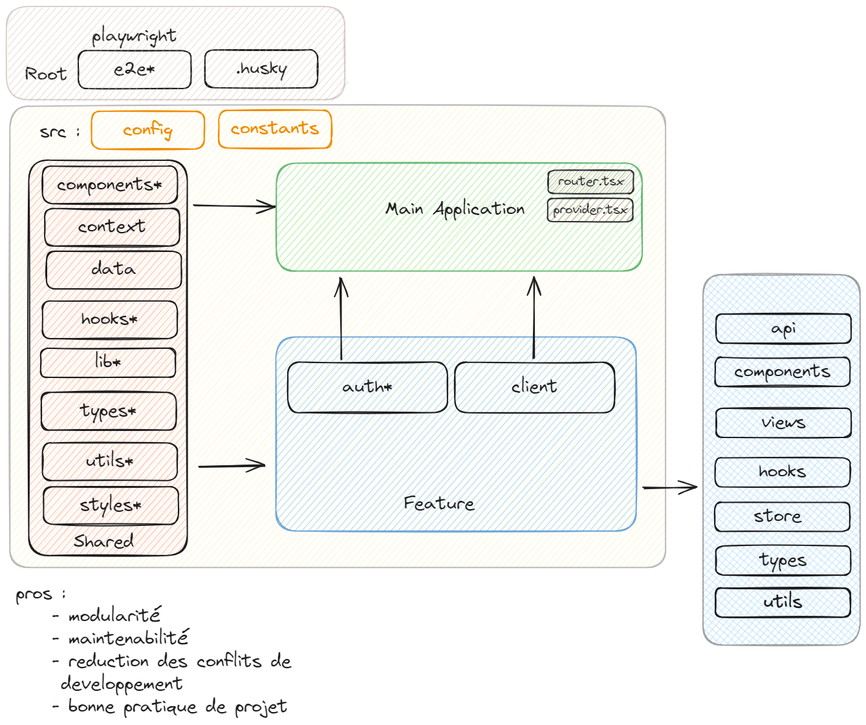
Above: project-sturcture.excalidraw.png in Danmo-Ar/nextjs-architecture (Excalidraw), before the change. Source tidied: one line per element, renumbered; positions are measured from the earlier drawing's top-left corner, leaving out a move shared by most shapes.
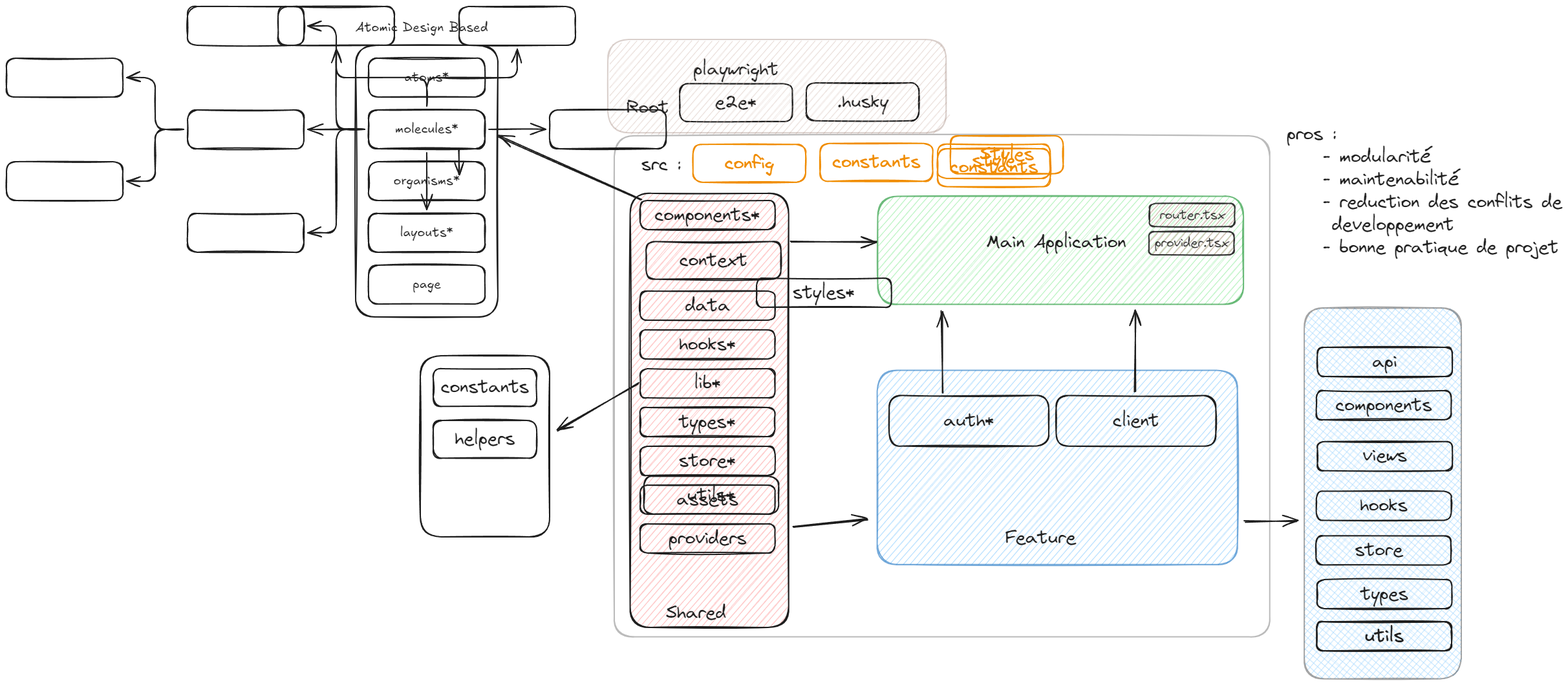
After the change.

What changed in the source:
```diff
@@ -1,12 +1,12 @@
-{"id": 0, "type": "rectangle", "strokeColor": "#1e1e1e", "backgroundColor": "#ffec99", "fillStyle": "hachure", "strokeWidth": 2, "roughness": 1, "opacity": 30, "round": true, "x": 5, "y": 154, "width": 1014, "height": 714}
+{"id": 0, "type": "rectangle", "strokeColor": "#1e1e1e", "backgroundColor": "#ffffff", "fillStyle": "hachure", "strokeWidth": 2, "roughness": 1, "opacity": 30, "round": true, "x": 10, "y": 149, "width": 1014, "height": 775}
-{"id": 1, "type": "rectangle", "strokeColor": "#1e1e1e", "backgroundColor": "#ffc9c9", "fillStyle": "hachure", "strokeWidth": 2, "roughness": 1, "round": true, "x": 34, "y": 238, "width": 245, "height": 612}
+{"id": 1, "type": "rectangle", "strokeColor": "#1e1e1e", "backgroundColor": "#ffc9c9", "fillStyle": "hachure", "strokeWidth": 2, "roughness": 1, "round": true, "x": 34, "y": 238, "width": 245, "height": 671}
 {"id": 2, "type": "rectangle", "strokeColor": "#2f9e44", "backgroundColor": "#b2f2bb", "fillStyle": "hachure", "strokeWidth": 2, "roughness": 1, "opacity": 70, "round": true, "x": 417, "y": 242, "width": 566, "height": 167}
 {"id": 3, "type": "rectangle", "strokeColor": "#1971c2", "backgroundColor": "#a5d8ff", "fillStyle": "hachure", "strokeWidth": 2, "roughness": 1, "opacity": 60, "round": true, "x": 417, "y": 512, "width": 557, "height": 300}
-{"id": 4, "type": "text", "text": "Shared", "strokeColor": "#1e1e1e", "strokeWidth": 2, "roughness": 1, "fontSize": 28, "fontFamily": 1, "x": 104, "y": 812, "width": 93, "height": 35}
+{"id": 4, "type": "text", "text": "Shared", "strokeColor": "#1e1e1e", "strokeWidth": 2, "roughness": 1, "fontSize": 28, "fontFamily": 1, "x": 90, "y": 869, "width": 93, "height": 35}
 {"id": 5, "type": "text", "text": "Feature", "strokeColor": "#1e1e1e", "strokeWidth": 2, "roughness": 1, "fontSize": 28, "fontFamily": 1, "x": 614, "y": 753, "width": 109, "height": 35}
 {"id": 6, "type": "text", "text": "Main Application", "strokeColor": "#1e1e1e", "strokeWidth": 2, "roughness": 1, "fontSize": 28, "fontFamily": 1, "x": 585, "y": 297, "width": 216, "height": 35}
-{"id": 7, "type": "arrow", "strokeColor": "#1e1e1e", "strokeWidth": 2, "roughness": 1, "endArrowhead": "arrow", "round": true, "from": 1, "to": 2, "x": 290, "y": 308, "width": 124, "height": 0, "points": [[0, 0], [124, 0]]}
+{"id": 7, "type": "arrow", "strokeColor": "#1e1e1e", "strokeWidth": 2, "roughness": 1, "endArrowhead": "arrow", "round": true, "from": 1, "to": 2, "x": 284, "y": 313, "width": 131, "height": 1, "points": [[0, 0], [131, -1]]}
-{"id": 8, "type": "arrow", "strokeColor": "#1e1e1e", "strokeWidth": 2, "roughness": 1, "endArrowhead": "arrow", "round": true, "from": 1, "to": 3, "x": 297, "y": 713, "width": 102, "height": 2, "points": [[0, 0], [102, -2]]}
+{"id": 8, "type": "arrow", "strokeColor": "#1e1e1e", "strokeWidth": 2, "roughness": 1, "endArrowhead": "arrow", "round": true, "from": 1, "to": 3, "x": 286, "y": 754, "width": 115, "height": 12, "points": [[0, 0], [115, -12]]}
 {"id": 9, "type": "rectangle", "strokeColor": "#1e1e1e", "strokeWidth": 2, "roughness": 1, "round": true, "x": 693, "y": 550, "width": 247, "height": 78}
 {"id": 10, "type": "text", "text": "client", "strokeColor": "#1e1e1e", "strokeWidth": 2, "roughness": 1, "fontSize": 28, "fontFamily": 1, "textAlign": "center", "verticalAlign": "middle", "inside": 9, "x": 781, "y": 572, "width": 72, "height": 35}
 {"id": 11, "type": "rectangle", "strokeColor": "#1e1e1e", "strokeWidth": 2, "roughness": 1, "round": true, "x": 435, "y": 550, "width": 247, "height": 78}
@@ -15,23 +15,21 @@
 {"id": 14, "type": "arrow", "strokeColor": "#1e1e1e", "strokeWidth": 2, "roughness": 1, "endArrowhead": "arrow", "round": true, "from": 9, "to": 2, "x": 815, "y": 544, "width": 2, "height": 124, "points": [[0, 0], [2, -124]]}
 {"id": 15, "type": "rectangle", "strokeColor": "#1e1e1e", "strokeWidth": 2, "roughness": 1, "round": true, "x": 59, "y": 312, "width": 209, "height": 58}
 {"id": 16, "type": "text", "text": "context", "strokeColor": "#1e1e1e", "strokeWidth": 2, "roughness": 1, "fontSize": 28, "fontFamily": 1, "textAlign": "center", "verticalAlign": "middle", "inside": 15, "x": 111, "y": 324, "width": 105, "height": 35}
-{"id": 17, "type": "rectangle", "strokeColor": "#1e1e1e", "strokeWidth": 2, "roughness": 1, "round": true, "x": 62, "y": 379, "width": 209, "height": 58}
+{"id": 17, "type": "rectangle", "strokeColor": "#1e1e1e", "strokeWidth": 2, "roughness": 1, "round": true, "x": 50, "y": 389, "width": 209, "height": 45}
-{"id": 18, "type": "text", "text": "data", "strokeColor": "#1e1e1e", "strokeWidth": 2, "roughness": 1, "fontSize": 28, "fontFamily": 1, "textAlign": "center", "verticalAlign": "middle", "inside": 17, "x": 132, "y": 390, "width": 69, "height": 35}
+{"id": 18, "type": "text", "text": "data", "strokeColor": "#1e1e1e", "strokeWidth": 2, "roughness": 1, "fontSize": 28, "fontFamily": 1, "textAlign": "center", "verticalAlign": "middle", "inside": 17, "x": 120, "y": 394, "width": 69, "height": 35}
-{"id": 19, "type": "rectangle", "strokeColor": "#1e1e1e", "strokeWidth": 2, "roughness": 1, "round": true, "x": 56, "y": 456, "width": 209, "height": 58}
+{"id": 19, "type": "rectangle", "strokeColor": "#1e1e1e", "strokeWidth": 2, "roughness": 1, "round": true, "x": 50, "y": 449, "width": 209, "height": 45}
-{"id": 20, "type": "text", "text": "hooks*", "strokeColor": "#1e1e1e", "strokeWidth": 2, "roughness": 1, "fontSize": 28, "fontFamily": 1, "textAlign": "center", "verticalAlign": "middle", "inside": 19, "x": 116, "y": 467, "width": 88, "height": 35}
+{"id": 20, "type": "text", "text": "hooks*", "strokeColor": "#1e1e1e", "strokeWidth": 2, "roughness": 1, "fontSize": 28, "fontFamily": 1, "textAlign": "center", "verticalAlign": "middle", "inside": 19, "x": 110, "y": 454, "width": 88, "height": 35}
-{"id": 21, "type": "rectangle", "strokeColor": "#1e1e1e", "strokeWidth": 2, "roughness": 1, "round": true, "x": 53, "y": 529, "width": 209, "height": 45}
+{"id": 21, "type": "rectangle", "strokeColor": "#1e1e1e", "strokeWidth": 2, "roughness": 1, "round": true, "x": 50, "y": 509, "width": 209, "height": 45}
-{"id": 22, "type": "text", "text": "lib*", "strokeColor": "#1e1e1e", "strokeWidth": 2, "roughness": 1, "fontSize": 28, "fontFamily": 1, "textAlign": "center", "verticalAlign": "middle", "inside": 21, "x": 136, "y": 534, "width": 42, "height": 35}
+{"id": 22, "type": "text", "text": "lib*", "strokeColor": "#1e1e1e", "strokeWidth": 2, "roughness": 1, "fontSize": 28, "fontFamily": 1, "textAlign": "center", "verticalAlign": "middle", "inside": 21, "x": 133, "y": 514, "width": 42, "height": 35}
-{"id": 23, "type": "rectangle", "strokeColor": "#1e1e1e", "strokeWidth": 2, "roughness": 1, "round": true, "x": 54, "y": 597, "width": 209, "height": 58}
-{"id": 24, "type": "text", "text": "types*", "strokeColor": "#1e1e1e", "strokeWidth": 2, "roughness": 1, "fontSize": 28, "fontFamily": 1, "textAlign": "center", "verticalAlign": "middle", "inside": 23, "x": 114, "y": 609, "width": 88, "height": 35}
-{"id": 25, "type": "rectangle", "strokeColor": "#1e1e1e", "strokeWidth": 2, "roughness": 1, "round": true, "x": 56, "y": 675, "width": 209, "height": 58}
-{"id": 26, "type": "text", "text": "utils*", "strokeColor": "#1e1e1e", "strokeWidth": 2, "roughness": 1, "fontSize": 28, "fontFamily": 1, "textAlign": "center", "verticalAlign": "middle", "inside": 25, "x": 122, "y": 687, "width": 75, "height": 35}
+{"id": 66, "type": "rectangle", "strokeColor": "#1e1e1e", "strokeWidth": 2, "roughness": 1, "round": true, "x": 50, "y": 569, "width": 209, "height": 45}
+{"id": 67, "type": "text", "text": "types*", "strokeColor": "#1e1e1e", "strokeWidth": 2, "roughness": 1, "fontSize": 28, "fontFamily": 1, "textAlign": "center", "verticalAlign": "middle", "inside": 66, "x": 110, "y": 574, "width": 88, "height": 35}
-{"id": 27, "type": "rectangle", "strokeColor": "#1e1e1e", "strokeWidth": 2, "roughness": 1, "round": true, "x": 56, "y": 247, "width": 209, "height": 58}
+{"id": 27, "type": "rectangle", "strokeColor": "#1e1e1e", "strokeWidth": 2, "roughness": 1, "round": true, "x": 50, "y": 249, "width": 209, "height": 45}
-{"id": 28, "type": "text", "text": "components*", "strokeColor": "#1e1e1e", "strokeWidth": 2, "roughness": 1, "fontSize": 28, "fontFamily": 1, "textAlign": "center", "verticalAlign": "middle", "inside": 27, "x": 78, "y": 259, "width": 164, "height": 35}
+{"id": 28, "type": "text", "text": "components*", "strokeColor": "#1e1e1e", "strokeWidth": 2, "roughness": 1, "fontSize": 28, "fontFamily": 1, "textAlign": "center", "verticalAlign": "middle", "inside": 27, "x": 72, "y": 254, "width": 164, "height": 35}
 {"id": 29, "type": "arrow", "strokeColor": "#1e1e1e", "strokeWidth": 2, "roughness": 1, "endArrowhead": "arrow", "round": true, "from": 3, "to": 30, "x": 984, "y": 745, "width": 82, "height": 0, "points": [[0, 0], [82, 0]]}
 {"id": 30, "type": "rectangle", "strokeColor": "#1e1e1e", "backgroundColor": "#a5d8ff", "fillStyle": "cross-hatch", "strokeWidth": 2, "roughness": 1, "opacity": 40, "round": true, "x": 1077, "y": 415, "width": 243, "height": 573}
 {"id": 31, "type": "rectangle", "strokeColor": "#1e1e1e", "strokeWidth": 2, "roughness": 1, "round": true, "x": 1097, "y": 476, "width": 209, "height": 45}
 {"id": 32, "type": "text", "text": "api", "strokeColor": "#1e1e1e", "strokeWidth": 2, "roughness": 1, "fontSize": 28, "fontFamily": 1, "textAlign": "center", "verticalAlign": "middle", "inside": 31, "x": 1182, "y": 481, "width": 39, "height": 35}
-{"id": 33, "type": "text", "text": "pros : \n    - modularité\n    - maintenabilité\n    - reduction des conflits de\n     developpement\n    - bonne pratique de projet", "strokeColor": "#1e1e1e", "strokeWidth": 2, "roughness": 1, "fontSize": 28, "fontFamily": 1, "x": 15, "y": 892, "width": 426, "height": 210}
+{"id": 33, "type": "text", "text": "pros : \n    - modularité\n    - maintenabilité\n    - reduction des conflits de\n     developpement\n    - bonne pratique de projet", "strokeColor": "#1e1e1e", "strokeWidth": 2, "roughness": 1, "fontSize": 28, "fontFamily": 1, "x": 1050, "y": 129, "width": 426, "height": 210}
 {"id": 34, "type": "rectangle", "strokeColor": "#1e1e1e", "strokeWidth": 2, "roughness": 1, "round": true, "x": 1096, "y": 543, "width": 209, "height": 45}
 {"id": 35, "type": "text", "text": "components", "strokeColor": "#1e1e1e", "strokeWidth": 2, "roughness": 1, "fontSize": 28, "fontFamily": 1, "textAlign": "center", "verticalAlign": "middle", "inside": 34, "x": 1125, "y": 548, "width": 149, "height": 35}
 {"id": 36, "type": "rectangle", "strokeColor": "#1e1e1e", "strokeWidth": 2, "roughness": 1, "round": true, "x": 1097, "y": 622, "width": 209, "height": 45}
@@ -50,11 +48,9 @@
 {"id": 49, "type": "text", "text": "src : ", "strokeColor": "#1e1e1e", "strokeWidth": 2, "roughness": 1, "fontSize": 28, "fontFamily": 1, "x": 52, "y": 177, "width": 76, "height": 35}
 {"id": 50, "type": "rectangle", "strokeColor": "#f08c00", "strokeWidth": 2, "roughness": 1, "round": true, "x": 132, "y": 162, "width": 174, "height": 59}
 {"id": 51, "type": "text", "text": "config", "strokeColor": "#f08c00", "strokeWidth": 2, "roughness": 1, "fontSize": 28, "fontFamily": 1, "textAlign": "center", "verticalAlign": "middle", "inside": 50, "x": 181, "y": 174, "width": 76, "height": 35}
-{"id": 52, "type": "rectangle", "strokeColor": "#f08c00", "strokeWidth": 2, "roughness": 1, "round": true, "x": 328, "y": 161, "width": 174, "height": 59}
-{"id": 53, "type": "text", "text": "constants", "strokeColor": "#f08c00", "strokeWidth": 2, "roughness": 1, "fontSize": 28, "fontFamily": 1, "textAlign": "center", "verticalAlign": "middle", "inside": 52, "x": 347, "y": 172, "width": 136, "height": 35}
+{"id": 68, "type": "rectangle", "strokeColor": "#f08c00", "strokeWidth": 2, "roughness": 1, "round": true, "x": 328, "y": 161, "width": 174, "height": 59}
+{"id": 69, "type": "text", "text": "constants", "strokeColor": "#f08c00", "strokeWidth": 2, "roughness": 1, "fontSize": 28, "fontFamily": 1, "textAlign": "center", "verticalAlign": "middle", "inside": 68, "x": 347, "y": 172, "width": 136, "height": 35}
 {"id": 54, "type": "text", "text": "playwright", "strokeColor": "#1e1e1e", "strokeWidth": 2, "roughness": 1, "fontSize": 28, "fontFamily": 1, "x": 132, "y": 29, "width": 132, "height": 35}
-{"id": 55, "type": "rectangle", "strokeColor": "#1e1e1e", "strokeWidth": 2, "roughness": 1, "round": true, "x": 57, "y": 743, "width": 209, "height": 58}
-{"id": 56, "type": "text", "text": "styles*", "strokeColor": "#1e1e1e", "strokeWidth": 2, "roughness": 1, "fontSize": 28, "fontFamily": 1, "textAlign": "center", "verticalAlign": "middle", "inside": 55, "x": 113, "y": 755, "width": 96, "height": 35}
 {"id": 57, "type": "rectangle", "strokeColor": "#1e1e1e", "strokeWidth": 2, "roughness": 1, "round": true, "x": 1096, "y": 900, "width": 209, "height": 45}
 {"id": 58, "type": "text", "text": "utils", "strokeColor": "#1e1e1e", "strokeWidth": 2, "roughness": 1, "fontSize": 28, "fontFamily": 1, "textAlign": "center", "verticalAlign": "middle", "inside": 57, "x": 1170, "y": 905, "width": 60, "height": 35}
 {"id": 59, "type": "rectangle", "strokeColor": "#1e1e1e", "strokeWidth": 2, "roughness": 1, "round": true, "x": 307, "y": 67, "width": 174, "height": 59}
@@ -64,3 +60,30 @@
 {"id": 63, "type": "text", "text": "router.tsx", "strokeColor": "#1e1e1e", "backgroundColor": "#d2bab0", "fillStyle": "hachure", "strokeWidth": 2, "roughness": 1, "opacity": 90, "fontSize": 20, "fontFamily": 1, "textAlign": "center", "verticalAlign": "middle", "inside": 62, "x": 853, "y": 259, "width": 101, "height": 25}
 {"id": 64, "type": "rectangle", "strokeColor": "#1e1e1e", "backgroundColor": "#d2bab0", "fillStyle": "hachure", "strokeWidth": 2, "roughness": 1, "opacity": 90, "round": true, "x": 837, "y": 297, "width": 132, "height": 36}
 {"id": 65, "type": "text", "text": "provider.tsx", "strokeColor": "#1e1e1e", "backgroundColor": "#d2bab0", "fillStyle": "hachure", "strokeWidth": 2, "roughness": 1, "opacity": 90, "fontSize": 20, "fontFamily": 1, "textAlign": "center", "verticalAlign": "middle", "inside": 64, "x": 846, "y": 303, "width": 114, "height": 25}
+{"id": 70, "type": "arrow", "strokeColor": "#1e1e1e", "strokeWidth": 2, "roughness": 1, "endArrowhead": "arrow", "round": true, "from": 21, "to": 71, "x": 47, "y": 532, "width": 125, "height": 73, "points": [[0, 0], [-125, 73]]}
+{"id": 71, "type": "rectangle", "strokeColor": "#1e1e1e", "strokeWidth": 2, "roughness": 1, "round": true, "x": -290, "y": 489, "width": 200, "height": 280}
+{"id": 72, "type": "rectangle", "strokeColor": "#1e1e1e", "strokeWidth": 2, "roughness": 1, "round": true, "x": -270, "y": 509, "width": 160, "height": 58}
+{"id": 73, "type": "text", "text": "constants", "strokeColor": "#1e1e1e", "strokeWidth": 2, "roughness": 1, "fontSize": 28, "fontFamily": 1, "textAlign": "center", "verticalAlign": "middle", "inside": 72, "x": -258, "y": 521, "width": 136, "height": 35}
+{"id": 23, "type": "rectangle", "strokeColor": "#1e1e1e", "strokeWidth": 2, "roughness": 1, "round": true, "x": -270, "y": 589, "width": 160, "height": 58}
+{"id": 24, "type": "text", "text": "helpers", "strokeColor": "#1e1e1e", "strokeWidth": 2, "roughness": 1, "fontSize": 28, "fontFamily": 1, "textAlign": "center", "verticalAlign": "middle", "inside": 23, "x": -237, "y": 601, "width": 93, "height": 35}
+{"id": 74, "type": "arrow", "strokeColor": "#1e1e1e", "strokeWidth": 2, "roughness": 1, "endArrowhead": "arrow", "round": true, "from": 27, "x": 52, "y": 247, "width": 222, "height": 98, "points": [[0, 0], [-222, -98]]}
+{"id": 75, "type": "rectangle", "strokeColor": "#1e1e1e", "strokeWidth": 2, "roughness": 1, "round": true, "x": -390, "y": 9, "width": 220, "height": 420}
+{"id": 76, "type": "text", "text": "Atomic Design Based", "strokeColor": "#1e1e1e", "strokeWidth": 2, "roughness": 1, "fontSize": 20, "fontFamily": 5, "x": -390, "y": -31, "width": 205, "height": 25}
+{"id": 77, "type": "rectangle", "strokeColor": "#1e1e1e", "strokeWidth": 2, "roughness": 1, "round": true, "x": -370, "y": 29, "width": 180, "height": 60}
+{"id": 78, "type": "text", "text": "atoms*", "strokeColor": "#1e1e1e", "strokeWidth": 2, "roughness": 1, "fontSize": 20, "fontFamily": 5, "textAlign": "center", "verticalAlign": "middle", "inside": 77, "x": -315, "y": 46, "width": 69, "height": 25}
+{"id": 79, "type": "rectangle", "strokeColor": "#1e1e1e", "strokeWidth": 2, "roughness": 1, "round": true, "x": -370, "y": 109, "width": 180, "height": 60}
+{"id": 80, "type": "text", "text": "molecules*", "strokeColor": "#1e1e1e", "strokeWidth": 2, "roughness": 1, "fontSize": 20, "fontFamily": 5, "textAlign": "center", "verticalAlign": "middle", "inside": 79, "x": -329, "y": 126, "width": 98, "height": 25}
+{"id": 81, "type": "rectangle", "strokeColor": "#1e1e1e", "strokeWidth": 2, "roughness": 1, "round": true, "x": -370, "y": 189, "width": 180, "height": 60}
+{"id": 82, "type": "text", "text": "organisms*", "strokeColor": "#1e1e1e", "strokeWidth": 2, "roughness": 1, "fontSize": 20, "fontFamily": 5, "textAlign": "center", "verticalAlign": "middle", "inside": 81, "x": -332, "y": 206, "width": 103, "height": 25}
+{"id": 83, "type": "rectangle", "strokeColor": "#1e1e1e", "strokeWidth": 2, "roughness": 1, "round": true, "x": -370, "y": 269, "width": 180, "height": 60}
+{"id": 84, "type": "text", "text": "layouts*", "strokeColor": "#1e1e1e", "strokeWidth": 2, "roughness": 1, "fontSize": 20, "fontFamily": 5, "textAlign": "center", "verticalAlign": "middle", "inside": 83, "x": -321, "y": 286, "width": 82, "height": 25}
+{"id": 85, "type": "rectangle", "strokeColor": "#1e1e1e", "strokeWidth": 2, "roughness": 1, "round": true, "x": -370, "y": 349, "width": 180, "height": 60}
+{"id": 86, "type": "text", "text": "page", "strokeColor": "#1e1e1e", "strokeWidth": 2, "roughness": 1, "fontSize": 20, "fontFamily": 5, "textAlign": "center", "verticalAlign": "middle", "inside": 85, "x": -302, "y": 366, "width": 44, "height": 25}
+{"id": 87, "type": "rectangle", "strokeColor": "#1e1e1e", "strokeWidth": 2, "roughness": 1, "round": true, "x": 50, "y": 689, "width": 209, "height": 45}
+{"id": 88, "type": "text", "text": "assets", "strokeColor": "#1e1e1e", "strokeWidth": 2, "roughness": 1, "fontSize": 28, "fontFamily": 1, "textAlign": "center", "verticalAlign": "middle", "inside": 87, "x": 106, "y": 694, "width": 95, "height": 35}
+{"id": 55, "type": "rectangle", "strokeColor": "#1e1e1e", "strokeWidth": 2, "roughness": 1, "round": true, "x": 50, "y": 749, "width": 209, "height": 45}
+{"id": 56, "type": "text", "text": "providers", "strokeColor": "#1e1e1e", "strokeWidth": 2, "roughness": 1, "fontSize": 28, "fontFamily": 1, "textAlign": "center", "verticalAlign": "middle", "inside": 55, "x": 94, "y": 754, "width": 121, "height": 35}
+{"id": 89, "type": "rectangle", "strokeColor": "#f08c00", "strokeWidth": 2, "roughness": 1, "round": true, "x": 510, "y": 162, "width": 174, "height": 53}
+{"id": 90, "type": "text", "text": "style", "strokeColor": "#f08c00", "strokeWidth": 2, "roughness": 1, "fontSize": 28, "fontFamily": 1, "textAlign": "center", "verticalAlign": "middle", "inside": 89, "x": 564, "y": 171, "width": 67, "height": 35}
+{"id": 91, "type": "rectangle", "strokeColor": "#1e1e1e", "strokeWidth": 2, "roughness": 1, "round": true, "x": 50, "y": 629, "width": 209, "height": 45}
+{"id": 92, "type": "text", "text": "store*", "strokeColor": "#1e1e1e", "strokeWidth": 2, "roughness": 1, "fontSize": 28, "fontFamily": 1, "textAlign": "center", "verticalAlign": "middle", "inside": 91, "x": 110, "y": 634, "width": 88, "height": 35}
```
